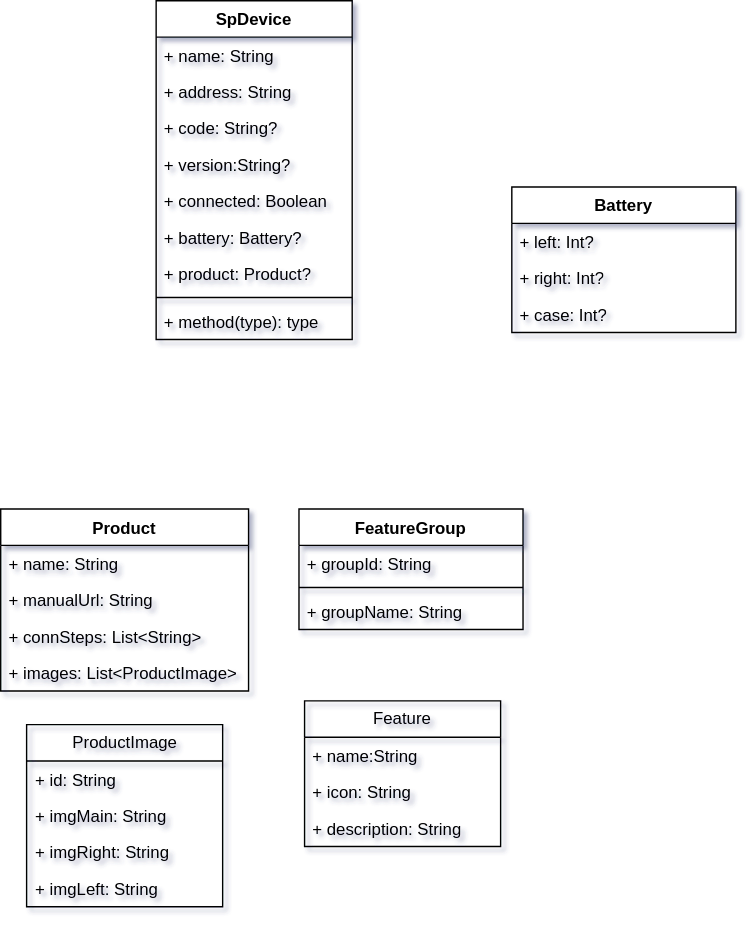
Before: 未命名绘图.drawio.svg, a diagram exported from draw.io (kekemao00/draw-libs). Source tidied: cells renumbered, new cells last; positions are measured from the earlier drawing's top-left corner, leaving out a move shared by most shapes.
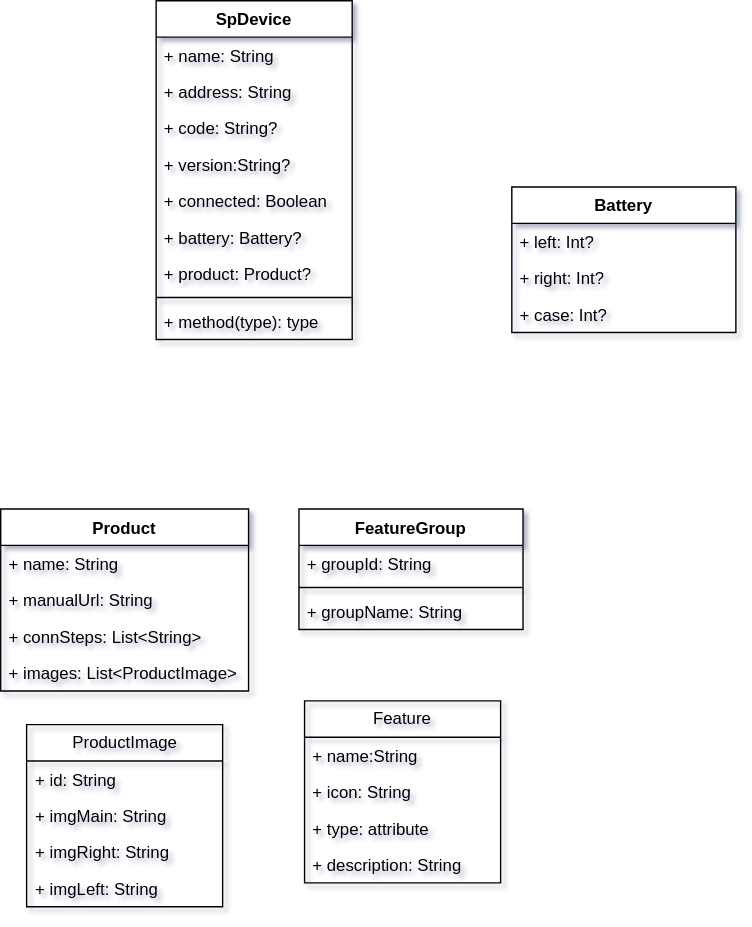
Later version of the same file.

Commit message:
更新未命名绘图.drawio.svg

The edit, as a diff of the source:
```diff
@@ -87,7 +87,7 @@
       <mxGeometry y="60" width="160" height="26" as="geometry" />
     </mxCell>
     <mxCell id="30" value="Feature" style="swimlane;fontStyle=0;horizontal=1;startSize=26;fillColor=none;whiteSpace=wrap;html=1;" parent="1" vertex="1">
-      <mxGeometry x="217" y="500" width="140" height="104" as="geometry" />
+      <mxGeometry x="217" y="500" width="140" height="130" as="geometry" />
     </mxCell>
     <mxCell id="31" value="+ name:String&amp;nbsp;" style="text;strokeColor=none;fillColor=none;align=left;verticalAlign=top;spacingLeft=4;spacingRight=4;overflow=hidden;whiteSpace=wrap;html=1;" parent="30" vertex="1">
       <mxGeometry y="26" width="140" height="26" as="geometry" />
@@ -95,8 +95,11 @@
     <mxCell id="32" value="+ icon: String" style="text;strokeColor=none;fillColor=none;align=left;verticalAlign=top;spacingLeft=4;spacingRight=4;overflow=hidden;whiteSpace=wrap;html=1;" parent="30" vertex="1">
       <mxGeometry y="52" width="140" height="26" as="geometry" />
     </mxCell>
+    <mxCell id="34" value="+ type: attribute" style="text;strokeColor=none;fillColor=none;align=left;verticalAlign=top;spacingLeft=4;spacingRight=4;overflow=hidden;whiteSpace=wrap;html=1;" parent="30" vertex="1">
+      <mxGeometry y="78" width="140" height="26" as="geometry" />
+    </mxCell>
     <mxCell id="33" value="+ description: String" style="text;strokeColor=none;fillColor=none;align=left;verticalAlign=top;spacingLeft=4;spacingRight=4;overflow=hidden;whiteSpace=wrap;html=1;" parent="30" vertex="1">
-      <mxGeometry y="78" width="140" height="26" as="geometry" />
+      <mxGeometry y="104" width="140" height="26" as="geometry" />
     </mxCell>
   </root>
 </mxGraphModel>
```
